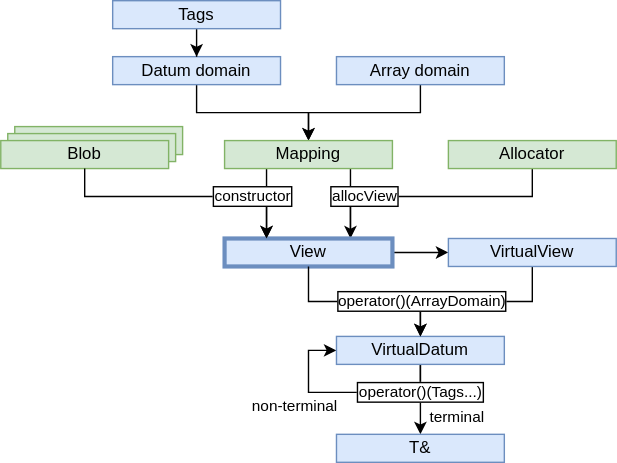
This is docs/images/overview.svg from alpaka-group/llama, a draw.io export, as it was before one commit. Source tidied: cells renumbered, new cells last; positions are measured from the earlier drawing's top-left corner, leaving out a move shared by most shapes.
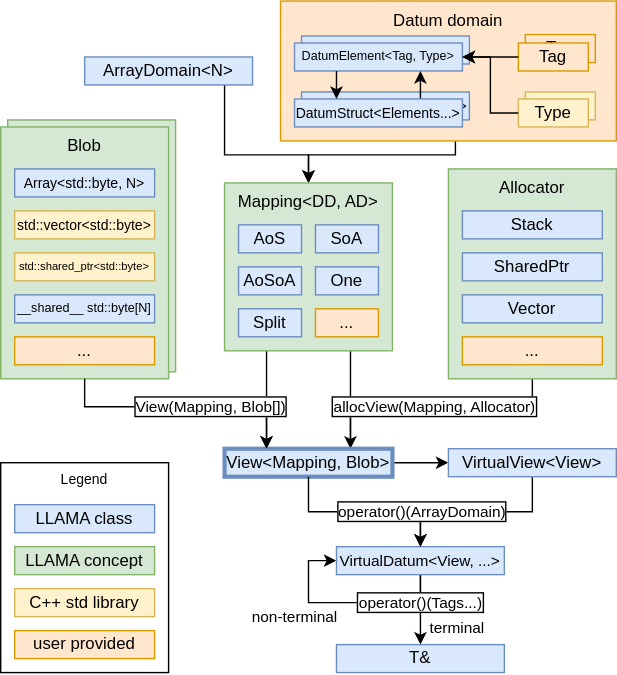
After the change.

Change to the diagram source:
```diff
@@ -2,11 +2,11 @@
   <root>
     <mxCell id="0" />
     <mxCell id="1" parent="0" />
-    <mxCell id="2" value="Blob" style="rounded=0;whiteSpace=wrap;html=1;fillColor=#d5e8d4;strokeColor=#82b366;" parent="1" vertex="1">
-      <mxGeometry x="10" y="90" width="120" height="20" as="geometry" />
-    </mxCell>
+    <mxCell id="32" value="Legend" style="rounded=0;whiteSpace=wrap;html=1;fontSize=10;verticalAlign=top;" parent="1" vertex="1">
+      <mxGeometry y="370" width="120" height="150" as="geometry" />
+    </mxCell>
-    <mxCell id="3" value="Blob" style="rounded=0;whiteSpace=wrap;html=1;fillColor=#d5e8d4;strokeColor=#82b366;" parent="1" vertex="1">
-      <mxGeometry x="5" y="95" width="120" height="20" as="geometry" />
+    <mxCell id="3" value="Blob" style="rounded=0;whiteSpace=wrap;html=1;fillColor=#d5e8d4;strokeColor=#82b366;verticalAlign=top;" parent="1" vertex="1">
+      <mxGeometry x="5" y="125" width="120" height="180" as="geometry" />
     </mxCell>
     <mxCell id="4" style="edgeStyle=orthogonalEdgeStyle;rounded=0;jettySize=auto;html=1;entryX=0.25;entryY=0;entryDx=0;entryDy=0;exitX=0.25;exitY=1;exitDx=0;exitDy=0;" parent="1" edge="1" source="12" target="17">
       <mxGeometry relative="1" as="geometry" />
@@ -14,9 +14,9 @@
     <mxCell id="5" style="edgeStyle=orthogonalEdgeStyle;rounded=0;orthogonalLoop=1;jettySize=auto;html=1;exitX=0.5;exitY=1;exitDx=0;exitDy=0;entryX=0;entryY=0.5;entryDx=0;entryDy=0;" parent="1" edge="1" source="21" target="21">
       <mxGeometry relative="1" as="geometry">
         <Array as="points">
-          <mxPoint x="300" y="280" />
-          <mxPoint x="220" y="280" />
-          <mxPoint x="220" y="250" />
+          <mxPoint x="300" y="470" />
+          <mxPoint x="220" y="470" />
+          <mxPoint x="220" y="440" />
         </Array>
       </mxGeometry>
     </mxCell>
@@ -25,50 +25,60 @@
         <mxPoint x="-15.8" y="10" as="offset" />
       </mxGeometry>
     </mxCell>
-    <mxCell id="7" style="edgeStyle=orthogonalEdgeStyle;rounded=0;jettySize=auto;html=1;" parent="1" edge="1" source="8" target="12">
-      <mxGeometry relative="1" as="geometry" />
+    <mxCell id="7" style="edgeStyle=orthogonalEdgeStyle;rounded=0;jettySize=auto;html=1;fontSize=11;" parent="1" edge="1" source="8" target="12">
+      <mxGeometry relative="1" as="geometry">
+        <Array as="points">
+          <mxPoint x="325" y="150" />
+          <mxPoint x="220" y="150" />
+        </Array>
+      </mxGeometry>
     </mxCell>
-    <mxCell id="8" value="Datum domain" style="rounded=0;whiteSpace=wrap;html=1;fillColor=#dae8fc;strokeColor=#6c8ebf;" parent="1" vertex="1">
-      <mxGeometry x="80" y="40" width="120" height="20" as="geometry" />
+    <mxCell id="8" value="Datum domain" style="rounded=0;whiteSpace=wrap;html=1;fillColor=#ffe6cc;strokeColor=#d79b00;verticalAlign=top;align=center;" parent="1" vertex="1">
+      <mxGeometry x="200" y="40" width="240" height="100" as="geometry" />
     </mxCell>
-    <mxCell id="9" style="edgeStyle=orthogonalEdgeStyle;rounded=0;jettySize=auto;html=1;" parent="1" edge="1" source="10" target="12">
-      <mxGeometry relative="1" as="geometry" />
+    <mxCell id="9" style="edgeStyle=orthogonalEdgeStyle;rounded=0;jettySize=auto;html=1;fontSize=11;" parent="1" edge="1" source="10" target="12">
+      <mxGeometry relative="1" as="geometry">
+        <Array as="points">
+          <mxPoint x="160" y="150" />
+          <mxPoint x="220" y="150" />
+        </Array>
+      </mxGeometry>
     </mxCell>
-    <mxCell id="10" value="Array domain" style="rounded=0;whiteSpace=wrap;html=1;fillColor=#dae8fc;strokeColor=#6c8ebf;" parent="1" vertex="1">
-      <mxGeometry x="240" y="40" width="120" height="20" as="geometry" />
+    <mxCell id="10" value="ArrayDomain&amp;lt;N&amp;gt;" style="rounded=0;whiteSpace=wrap;html=1;fillColor=#dae8fc;strokeColor=#6c8ebf;" parent="1" vertex="1">
+      <mxGeometry x="60" y="80" width="120" height="20" as="geometry" />
     </mxCell>
     <mxCell id="11" style="edgeStyle=orthogonalEdgeStyle;rounded=0;jettySize=auto;html=1;exitX=0.75;exitY=1;exitDx=0;exitDy=0;" parent="1" edge="1" source="12" target="17">
       <mxGeometry relative="1" as="geometry">
         <Array as="points">
-          <mxPoint x="250" y="190" />
-          <mxPoint x="250" y="190" />
+          <mxPoint x="250" y="380" />
+          <mxPoint x="250" y="380" />
         </Array>
       </mxGeometry>
     </mxCell>
-    <mxCell id="12" value="Mapping" style="rounded=0;whiteSpace=wrap;html=1;fillColor=#d5e8d4;strokeColor=#82b366;" parent="1" vertex="1">
-      <mxGeometry x="160" y="100" width="120" height="20" as="geometry" />
+    <mxCell id="12" value="Mapping&amp;lt;DD, AD&amp;gt;" style="rounded=0;whiteSpace=wrap;html=1;fillColor=#d5e8d4;strokeColor=#82b366;verticalAlign=top;" parent="1" vertex="1">
+      <mxGeometry x="160" y="170" width="120" height="120" as="geometry" />
     </mxCell>
     <mxCell id="13" style="edgeStyle=orthogonalEdgeStyle;rounded=0;jettySize=auto;html=1;" parent="1" edge="1" source="15" target="17">
       <mxGeometry relative="1" as="geometry">
         <Array as="points">
-          <mxPoint x="380" y="140" />
-          <mxPoint x="250" y="140" />
+          <mxPoint x="380" y="330" />
+          <mxPoint x="250" y="330" />
         </Array>
       </mxGeometry>
     </mxCell>
-    <mxCell id="14" value="allocView" style="edgeLabel;html=1;align=center;verticalAlign=middle;labelBackgroundColor=#ffffff;labelBorderColor=#000000;spacingTop=0;comic=0;absoluteArcSize=0;" parent="13" vertex="1">
+    <mxCell id="14" value="allocView(Mapping, Allocator)" style="edgeLabel;html=1;align=center;verticalAlign=middle;labelBackgroundColor=#ffffff;labelBorderColor=#000000;spacingTop=0;comic=0;absoluteArcSize=0;" parent="13" vertex="1">
       <mxGeometry x="-0.4" y="-27" relative="1" as="geometry">
-        <mxPoint x="-86" y="27" as="offset" />
+        <mxPoint x="-36" y="27" as="offset" />
       </mxGeometry>
     </mxCell>
-    <mxCell id="15" value="Allocator" style="rounded=0;whiteSpace=wrap;html=1;fillColor=#d5e8d4;strokeColor=#82b366;" parent="1" vertex="1">
-      <mxGeometry x="320" y="100" width="120" height="20" as="geometry" />
+    <mxCell id="15" value="Allocator" style="rounded=0;whiteSpace=wrap;html=1;fillColor=#d5e8d4;strokeColor=#82b366;verticalAlign=top;" parent="1" vertex="1">
+      <mxGeometry x="320" y="160" width="120" height="150" as="geometry" />
     </mxCell>
     <mxCell id="16" style="edgeStyle=orthogonalEdgeStyle;rounded=0;jettySize=auto;html=1;" parent="1" edge="1" source="17" target="23">
       <mxGeometry relative="1" as="geometry" />
     </mxCell>
-    <mxCell id="17" value="View" style="rounded=0;whiteSpace=wrap;html=1;fillColor=#dae8fc;strokeColor=#6c8ebf;strokeWidth=3;" parent="1" vertex="1">
-      <mxGeometry x="160" y="170" width="120" height="20" as="geometry" />
+    <mxCell id="17" value="View&amp;lt;Mapping, Blob&amp;gt;" style="rounded=0;whiteSpace=wrap;html=1;fillColor=#dae8fc;strokeColor=#6c8ebf;strokeWidth=3;" parent="1" vertex="1">
+      <mxGeometry x="160" y="360" width="120" height="20" as="geometry" />
     </mxCell>
     <mxCell id="18" style="edgeStyle=orthogonalEdgeStyle;rounded=0;jettySize=auto;html=1;" parent="1" edge="1" source="21" target="24">
       <mxGeometry relative="1" as="geometry" />
@@ -83,17 +93,17 @@
         <mxPoint x="26" y="29.5" as="offset" />
       </mxGeometry>
     </mxCell>
-    <mxCell id="21" value="VirtualDatum" style="rounded=0;whiteSpace=wrap;html=1;fillColor=#dae8fc;strokeColor=#6c8ebf;" parent="1" vertex="1">
-      <mxGeometry x="240" y="240" width="120" height="20" as="geometry" />
+    <mxCell id="21" value="VirtualDatum&amp;lt;View, ...&amp;gt;" style="rounded=0;whiteSpace=wrap;html=1;fillColor=#dae8fc;strokeColor=#6c8ebf;fontSize=11;" parent="1" vertex="1">
+      <mxGeometry x="240" y="430" width="120" height="20" as="geometry" />
     </mxCell>
     <mxCell id="22" style="edgeStyle=orthogonalEdgeStyle;rounded=0;jettySize=auto;html=1;fontColor=#000000;" parent="1" edge="1" source="23" target="21">
       <mxGeometry relative="1" as="geometry" />
     </mxCell>
-    <mxCell id="23" value="VirtualView" style="rounded=0;whiteSpace=wrap;html=1;fillColor=#dae8fc;strokeColor=#6c8ebf;" parent="1" vertex="1">
-      <mxGeometry x="320" y="170" width="120" height="20" as="geometry" />
+    <mxCell id="23" value="VirtualView&amp;lt;View&amp;gt;" style="rounded=0;whiteSpace=wrap;html=1;fillColor=#dae8fc;strokeColor=#6c8ebf;" parent="1" vertex="1">
+      <mxGeometry x="320" y="360" width="120" height="20" as="geometry" />
     </mxCell>
     <mxCell id="24" value="T&amp;amp;" style="rounded=0;whiteSpace=wrap;html=1;fillColor=#dae8fc;strokeColor=#6c8ebf;" parent="1" vertex="1">
-      <mxGeometry x="240" y="310" width="120" height="20" as="geometry" />
+      <mxGeometry x="240" y="500" width="120" height="20" as="geometry" />
     </mxCell>
     <mxCell id="25" style="edgeStyle=orthogonalEdgeStyle;rounded=0;jettySize=auto;html=1;" parent="1" edge="1" source="17" target="21">
       <mxGeometry relative="1" as="geometry" />
@@ -103,28 +113,120 @@
         <mxPoint x="23.8" as="offset" />
       </mxGeometry>
     </mxCell>
-    <mxCell id="27" value="Blob" style="rounded=0;whiteSpace=wrap;html=1;fillColor=#d5e8d4;strokeColor=#82b366;" parent="1" vertex="1">
-      <mxGeometry y="100" width="120" height="20" as="geometry" />
+    <mxCell id="27" value="Blob" style="rounded=0;whiteSpace=wrap;html=1;fillColor=#d5e8d4;strokeColor=#82b366;verticalAlign=top;" parent="1" vertex="1">
+      <mxGeometry y="130" width="120" height="180" as="geometry" />
     </mxCell>
     <mxCell id="28" style="edgeStyle=orthogonalEdgeStyle;rounded=0;jettySize=auto;html=1;exitX=0.5;exitY=1;exitDx=0;exitDy=0;" parent="1" edge="1" source="27">
       <mxGeometry relative="1" as="geometry">
-        <mxPoint x="190" y="170" as="targetPoint" />
+        <mxPoint x="190" y="360" as="targetPoint" />
         <Array as="points">
-          <mxPoint x="60" y="140" />
-          <mxPoint x="190" y="140" />
+          <mxPoint x="60" y="330" />
+          <mxPoint x="190" y="330" />
         </Array>
       </mxGeometry>
     </mxCell>
-    <mxCell id="29" value="constructor" style="edgeLabel;html=1;align=center;verticalAlign=middle;labelBackgroundColor=#ffffff;labelBorderColor=#000000;spacingTop=0;comic=0;absoluteArcSize=0;" parent="28" vertex="1">
+    <mxCell id="29" value="View(Mapping, Blob[])" style="edgeLabel;html=1;align=center;verticalAlign=middle;labelBackgroundColor=#ffffff;labelBorderColor=#000000;spacingTop=0;comic=0;absoluteArcSize=0;" parent="28" vertex="1">
       <mxGeometry x="-0.4" y="-27" relative="1" as="geometry">
-        <mxPoint x="86" y="-27" as="offset" />
+        <mxPoint x="56" y="-27" as="offset" />
       </mxGeometry>
     </mxCell>
-    <mxCell id="30" style="edgeStyle=orthogonalEdgeStyle;rounded=0;jumpStyle=arc;jettySize=auto;html=1;entryX=0.5;entryY=0;entryDx=0;entryDy=0;endArrow=classic;endFill=1;" parent="1" edge="1" source="31" target="8">
-      <mxGeometry relative="1" as="geometry" />
-    </mxCell>
+    <mxCell id="33" value="Stack" style="rounded=0;whiteSpace=wrap;html=1;fillColor=#dae8fc;strokeColor=#6c8ebf;" parent="1" vertex="1">
+      <mxGeometry x="330" y="190" width="100" height="20" as="geometry" />
+    </mxCell>
+    <mxCell id="34" value="SharedPtr" style="rounded=0;whiteSpace=wrap;html=1;fillColor=#dae8fc;strokeColor=#6c8ebf;" parent="1" vertex="1">
+      <mxGeometry x="330" y="220" width="100" height="20" as="geometry" />
+    </mxCell>
+    <mxCell id="35" value="Vector" style="rounded=0;whiteSpace=wrap;html=1;fillColor=#dae8fc;strokeColor=#6c8ebf;" parent="1" vertex="1">
+      <mxGeometry x="330" y="250" width="100" height="20" as="geometry" />
+    </mxCell>
+    <mxCell id="36" value="..." style="rounded=0;whiteSpace=wrap;html=1;fillColor=#ffe6cc;strokeColor=#d79b00;" parent="1" vertex="1">
+      <mxGeometry x="330" y="280" width="100" height="20" as="geometry" />
+    </mxCell>
+    <mxCell id="37" value="Array&amp;lt;std::byte, N&amp;gt;" style="rounded=0;whiteSpace=wrap;html=1;fillColor=#dae8fc;strokeColor=#6c8ebf;fontSize=10;" parent="1" vertex="1">
+      <mxGeometry x="10" y="160" width="100" height="20" as="geometry" />
+    </mxCell>
+    <mxCell id="38" value="std::vector&amp;lt;std::byte&amp;gt;" style="rounded=0;whiteSpace=wrap;html=1;fillColor=#fff2cc;strokeColor=#d6b656;fontSize=10;" parent="1" vertex="1">
+      <mxGeometry x="10" y="190" width="100" height="20" as="geometry" />
+    </mxCell>
+    <mxCell id="39" value="std::shared_ptr&amp;lt;std::byte&amp;gt;" style="rounded=0;whiteSpace=wrap;html=1;fillColor=#fff2cc;strokeColor=#d6b656;fontSize=8;" parent="1" vertex="1">
+      <mxGeometry x="10" y="220" width="100" height="20" as="geometry" />
+    </mxCell>
+    <mxCell id="40" value="..." style="rounded=0;whiteSpace=wrap;html=1;fillColor=#ffe6cc;strokeColor=#d79b00;fontSize=12;" parent="1" vertex="1">
+      <mxGeometry x="10" y="280" width="100" height="20" as="geometry" />
+    </mxCell>
+    <mxCell id="41" value="AoS" style="rounded=0;whiteSpace=wrap;html=1;fillColor=#dae8fc;strokeColor=#6c8ebf;" parent="1" vertex="1">
+      <mxGeometry x="170" y="200" width="45" height="20" as="geometry" />
+    </mxCell>
+    <mxCell id="42" value="SoA" style="rounded=0;whiteSpace=wrap;html=1;fillColor=#dae8fc;strokeColor=#6c8ebf;" parent="1" vertex="1">
+      <mxGeometry x="225" y="200" width="45" height="20" as="geometry" />
+    </mxCell>
+    <mxCell id="43" value="AoSoA" style="rounded=0;whiteSpace=wrap;html=1;fillColor=#dae8fc;strokeColor=#6c8ebf;" parent="1" vertex="1">
+      <mxGeometry x="170" y="230" width="45" height="20" as="geometry" />
+    </mxCell>
+    <mxCell id="44" value="One" style="rounded=0;whiteSpace=wrap;html=1;fillColor=#dae8fc;strokeColor=#6c8ebf;" parent="1" vertex="1">
+      <mxGeometry x="225" y="230" width="45" height="20" as="geometry" />
+    </mxCell>
+    <mxCell id="45" value="Split" style="rounded=0;whiteSpace=wrap;html=1;fillColor=#dae8fc;strokeColor=#6c8ebf;" parent="1" vertex="1">
+      <mxGeometry x="170" y="260" width="45" height="20" as="geometry" />
+    </mxCell>
+    <mxCell id="46" value="..." style="rounded=0;whiteSpace=wrap;html=1;fillColor=#ffe6cc;strokeColor=#d79b00;" parent="1" vertex="1">
+      <mxGeometry x="225" y="260" width="45" height="20" as="geometry" />
+    </mxCell>
+    <mxCell id="47" value="__shared__ std::byte[N]" style="rounded=0;whiteSpace=wrap;html=1;fillColor=#dae8fc;strokeColor=#6c8ebf;fontSize=9;" parent="1" vertex="1">
+      <mxGeometry x="10" y="250" width="100" height="20" as="geometry" />
+    </mxCell>
+    <mxCell id="48" value="LLAMA class" style="rounded=0;whiteSpace=wrap;html=1;fontSize=12;fillColor=#dae8fc;strokeColor=#6c8ebf;" parent="1" vertex="1">
+      <mxGeometry x="10" y="400" width="100" height="20" as="geometry" />
+    </mxCell>
+    <mxCell id="49" value="LLAMA concept" style="rounded=0;whiteSpace=wrap;html=1;fontSize=12;fillColor=#d5e8d4;strokeColor=#82b366;" parent="1" vertex="1">
+      <mxGeometry x="10" y="430" width="100" height="20" as="geometry" />
+    </mxCell>
+    <mxCell id="50" value="C++ std library" style="rounded=0;whiteSpace=wrap;html=1;fontSize=12;fillColor=#fff2cc;strokeColor=#d6b656;" parent="1" vertex="1">
+      <mxGeometry x="10" y="460" width="100" height="20" as="geometry" />
+    </mxCell>
+    <mxCell id="51" value="user provided" style="rounded=0;whiteSpace=wrap;html=1;fontSize=12;fillColor=#ffe6cc;strokeColor=#d79b00;" parent="1" vertex="1">
+      <mxGeometry x="10" y="490" width="100" height="20" as="geometry" />
+    </mxCell>
+    <mxCell id="52" value="Type" style="rounded=0;whiteSpace=wrap;html=1;fillColor=#fff2cc;strokeColor=#d6b656;" parent="1" vertex="1">
+      <mxGeometry x="375" y="105" width="50" height="20" as="geometry" />
+    </mxCell>
+    <mxCell id="53" value="Type" style="rounded=0;whiteSpace=wrap;html=1;fillColor=#fff2cc;strokeColor=#d6b656;" parent="1" vertex="1">
+      <mxGeometry x="370" y="110" width="50" height="20" as="geometry" />
+    </mxCell>
+    <mxCell id="54" value="Tag" style="rounded=0;whiteSpace=wrap;html=1;fillColor=#ffe6cc;strokeColor=#d79b00;" parent="1" vertex="1">
+      <mxGeometry x="375" y="64" width="50" height="20" as="geometry" />
+    </mxCell>
-    <mxCell id="31" value="Tags" style="rounded=0;whiteSpace=wrap;html=1;fillColor=#dae8fc;strokeColor=#6c8ebf;" parent="1" vertex="1">
-      <mxGeometry x="80" width="120" height="20" as="geometry" />
+    <mxCell id="31" value="Tag" style="rounded=0;whiteSpace=wrap;html=1;fillColor=#ffe6cc;strokeColor=#d79b00;" parent="1" vertex="1">
+      <mxGeometry x="370" y="70" width="50" height="20" as="geometry" />
     </mxCell>
+    <mxCell id="55" value="DatumElement&amp;lt;Tag, Type&amp;gt;" style="rounded=0;whiteSpace=wrap;html=1;fillColor=#dae8fc;strokeColor=#6c8ebf;fontSize=9;" parent="1" vertex="1">
+      <mxGeometry x="215" y="65" width="120" height="20" as="geometry" />
+    </mxCell>
+    <mxCell id="56" value="DatumElement&amp;lt;Tag, Type&amp;gt;" style="rounded=0;whiteSpace=wrap;html=1;fillColor=#dae8fc;strokeColor=#6c8ebf;fontSize=9;" parent="1" vertex="1">
+      <mxGeometry x="210" y="70" width="120" height="20" as="geometry" />
+    </mxCell>
+    <mxCell id="57" style="edgeStyle=orthogonalEdgeStyle;rounded=0;jettySize=auto;html=1;fontSize=10;entryX=1;entryY=0.5;entryDx=0;entryDy=0;" parent="1" edge="1" source="53" target="56">
+      <mxGeometry relative="1" as="geometry">
+        <Array as="points">
+          <mxPoint x="350" y="120" />
+          <mxPoint x="350" y="80" />
+        </Array>
+      </mxGeometry>
+    </mxCell>
+    <mxCell id="58" style="edgeStyle=orthogonalEdgeStyle;rounded=0;jettySize=auto;html=1;fontSize=11;" parent="1" edge="1" source="31" target="56">
+      <mxGeometry relative="1" as="geometry" />
+    </mxCell>
+    <mxCell id="59" value="DatumStruct&amp;lt;Elements...&amp;gt;" style="rounded=0;whiteSpace=wrap;html=1;fillColor=#dae8fc;strokeColor=#6c8ebf;fontSize=10;" parent="1" vertex="1">
+      <mxGeometry x="215" y="105" width="120" height="20" as="geometry" />
+    </mxCell>
+    <mxCell id="60" style="edgeStyle=orthogonalEdgeStyle;rounded=0;jettySize=auto;html=1;entryX=0.75;entryY=1;entryDx=0;entryDy=0;exitX=0.73;exitY=0.058;exitDx=0;exitDy=0;exitPerimeter=0;" parent="1" edge="1" source="61" target="56">
+      <mxGeometry relative="1" as="geometry" />
+    </mxCell>
+    <mxCell id="61" value="DatumStruct&amp;lt;Elements...&amp;gt;" style="rounded=0;whiteSpace=wrap;html=1;fillColor=#dae8fc;strokeColor=#6c8ebf;fontSize=10;" parent="1" vertex="1">
+      <mxGeometry x="210" y="110" width="120" height="20" as="geometry" />
+    </mxCell>
+    <mxCell id="62" style="edgeStyle=orthogonalEdgeStyle;rounded=0;jettySize=auto;html=1;fontSize=11;exitX=0.25;exitY=1;exitDx=0;exitDy=0;entryX=0.25;entryY=0;entryDx=0;entryDy=0;" parent="1" edge="1" source="56" target="61">
+      <mxGeometry relative="1" as="geometry" />
+    </mxCell>
   </root>
 </mxGraphModel>
```
